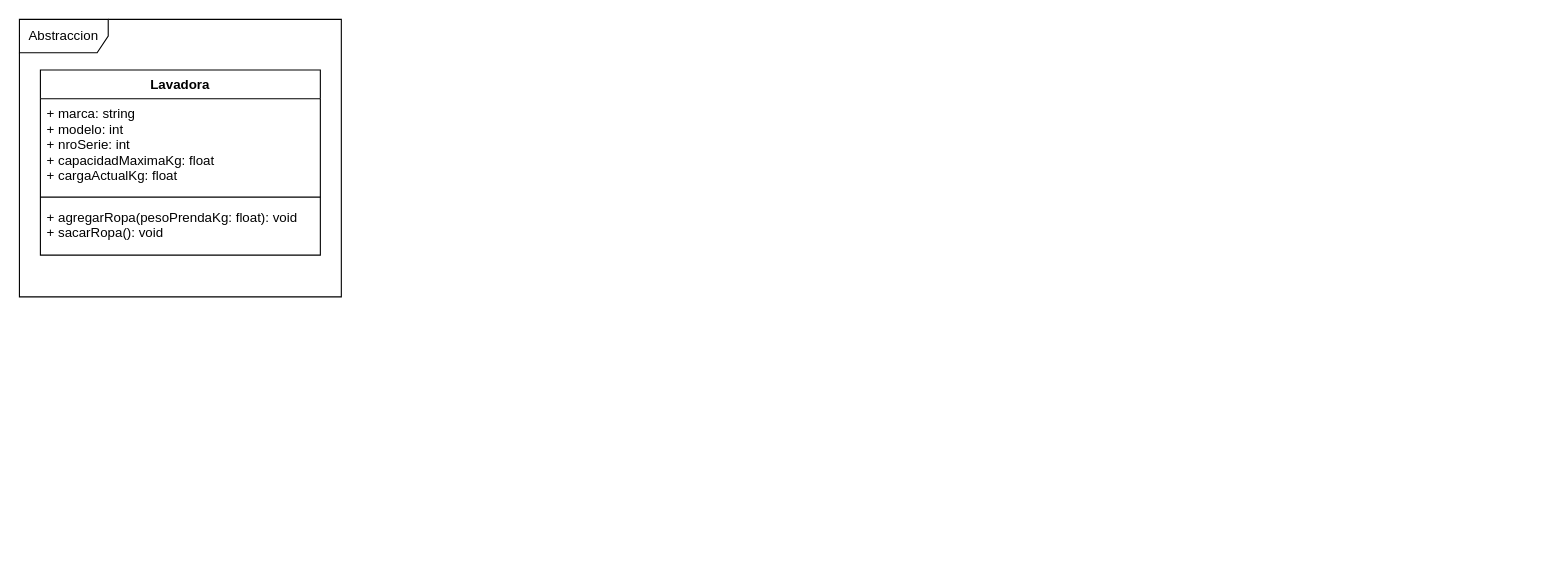
lucasdavidferrero/implementacionesConceptosPOO keeps this draw.io diagram as modelados.drawio. Above is the earlier version. Source tidied: cells renumbered, new cells numbered last; positions are measured from the earlier drawing's top-left corner, leaving out a move shared by most shapes. Both pictures are drawn from the tidied source at 111%, with x=0, y=0 at pixel (19, 19).
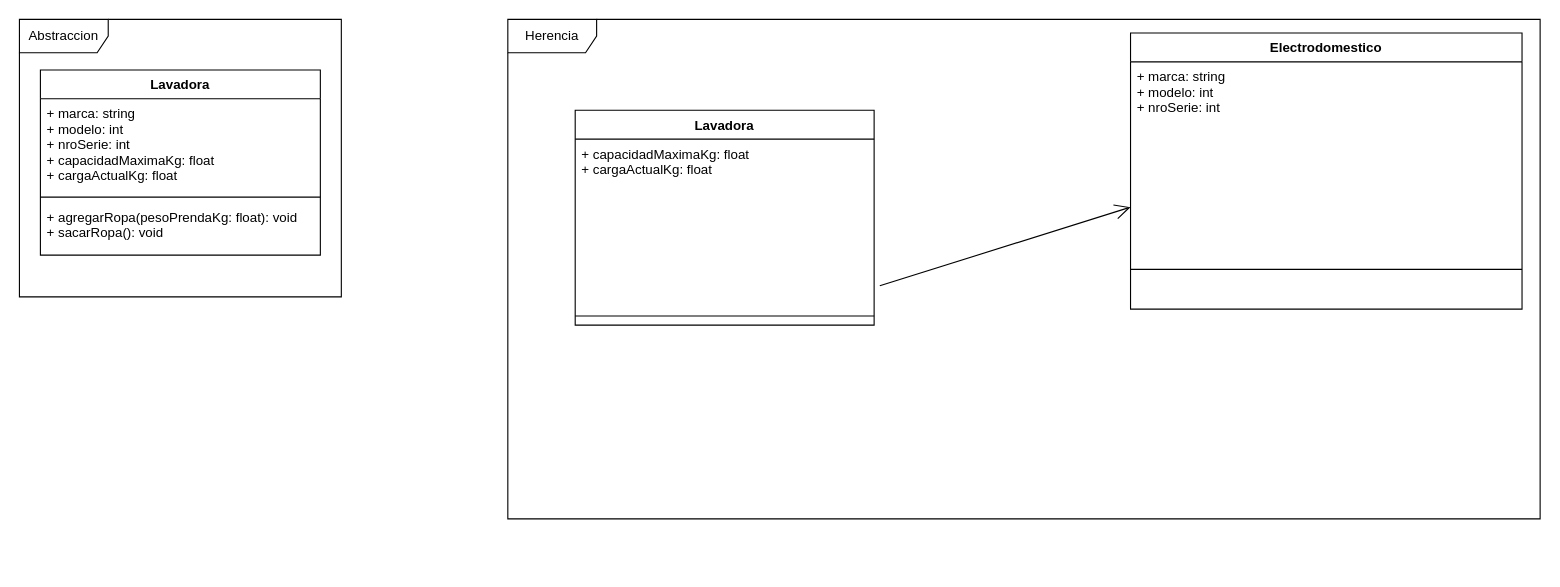
After the change.

Commit message (it also covers changes not shown here):
Agrego modelado de Herencia. Agrego implementacion en Python

The edit, as a diff of the source:
```diff
@@
 <mxGraphModel>
   <root>
     <mxCell id="0" />
     <mxCell id="1" parent="0" />
     <mxCell id="2" style="group;" parent="1" vertex="1">
       <mxGeometry width="290" height="250" as="geometry" />
     </mxCell>
     <mxCell id="3" value="Abstraccion&lt;br&gt;" style="shape=umlFrame;whiteSpace=wrap;html=1;width=80;height=30;" parent="2" vertex="1">
       <mxGeometry width="290" height="250" as="geometry" />
     </mxCell>
     <mxCell id="4" value="Lavadora" style="swimlane;fontStyle=1;align=center;verticalAlign=top;horizontal=1;startSize=26;" parent="2" vertex="1">
       <mxGeometry x="18.9" y="45.5" width="252.2" height="166.8" as="geometry" />
     </mxCell>
     <mxCell id="5" value="+ marca: string&#10;+ modelo: int&#10;+ nroSerie: int&#10;+ capacidadMaximaKg: float&#10;+ cargaActualKg: float" style="text;strokeColor=none;fillColor=none;align=left;verticalAlign=top;spacingLeft=4;spacingRight=4;overflow=hidden;" parent="4" vertex="1">
       <mxGeometry y="26" width="252.2" height="84" as="geometry" />
     </mxCell>
     <mxCell id="6" style="line;strokeWidth=1;fillColor=none;align=left;verticalAlign=middle;spacingTop=-1;spacingLeft=3;spacingRight=3;labelPosition=right;" parent="4" vertex="1">
       <mxGeometry y="110" width="252.2" height="9.1" as="geometry" />
     </mxCell>
     <mxCell id="7" value="+ agregarRopa(pesoPrendaKg: float): void&#10;+ sacarRopa(): void" style="text;strokeColor=none;fillColor=none;align=left;verticalAlign=top;spacingLeft=4;spacingRight=4;overflow=hidden;" parent="4" vertex="1">
       <mxGeometry y="119.1" width="252.2" height="47.7" as="geometry" />
     </mxCell>
+    <mxCell id="8" style="group;" parent="1" vertex="1">
+      <mxGeometry x="440" width="930" height="493.8" as="geometry" />
+    </mxCell>
+    <mxCell id="9" value="Herencia" style="shape=umlFrame;whiteSpace=wrap;html=1;width=80;height=30;" parent="8" vertex="1">
+      <mxGeometry width="930" height="450" as="geometry" />
+    </mxCell>
+    <mxCell id="10" value="Lavadora" style="swimlane;fontStyle=1;align=center;verticalAlign=top;horizontal=1;startSize=26;" parent="8" vertex="1">
+      <mxGeometry x="60.7" y="81.8" width="269.3" height="193.6" as="geometry" />
+    </mxCell>
+    <mxCell id="11" value="+ capacidadMaximaKg: float&#10;+ cargaActualKg: float" style="text;strokeColor=none;fillColor=none;align=left;verticalAlign=top;spacingLeft=4;spacingRight=4;overflow=hidden;points=[[0,0.5],[1,0.5]];portConstraint=eastwest;" parent="10" vertex="1">
+      <mxGeometry y="26" width="269.3" height="151.2" as="geometry" />
+    </mxCell>
+    <mxCell id="12" style="line;strokeWidth=1;fillColor=none;align=left;verticalAlign=middle;spacingTop=-1;spacingLeft=3;spacingRight=3;labelPosition=right;" parent="10" vertex="1">
+      <mxGeometry y="177.2" width="269.3" height="16.4" as="geometry" />
+    </mxCell>
+    <mxCell id="13" value="Electrodomestico" style="swimlane;fontStyle=1;align=center;verticalAlign=top;horizontal=1;startSize=26;" parent="8" vertex="1">
+      <mxGeometry x="561" y="12.2" width="352.7" height="248.8" as="geometry" />
+    </mxCell>
+    <mxCell id="14" value="+ marca: string&#10;+ modelo: int&#10;+ nroSerie: int" style="text;strokeColor=none;fillColor=none;align=left;verticalAlign=top;spacingLeft=4;spacingRight=4;overflow=hidden;points=[[0,0.5],[1,0.5]];portConstraint=eastwest;" parent="13" vertex="1">
+      <mxGeometry y="26" width="352.7" height="151.2" as="geometry" />
+    </mxCell>
+    <mxCell id="15" style="line;strokeWidth=1;fillColor=none;align=left;verticalAlign=middle;spacingTop=-1;spacingLeft=3;spacingRight=3;labelPosition=right;" parent="13" vertex="1">
+      <mxGeometry y="177.2" width="352.7" height="71.6" as="geometry" />
+    </mxCell>
+    <mxCell id="16" style="endArrow=open;endFill=1;endSize=12;html=1;rounded=0;exitX=1.019;exitY=0.874;exitDx=0;exitDy=0;exitPerimeter=0;" parent="8" edge="1" source="11" target="14">
+      <mxGeometry relative="1" as="geometry" />
+    </mxCell>
   </root>
 </mxGraphModel>
```
